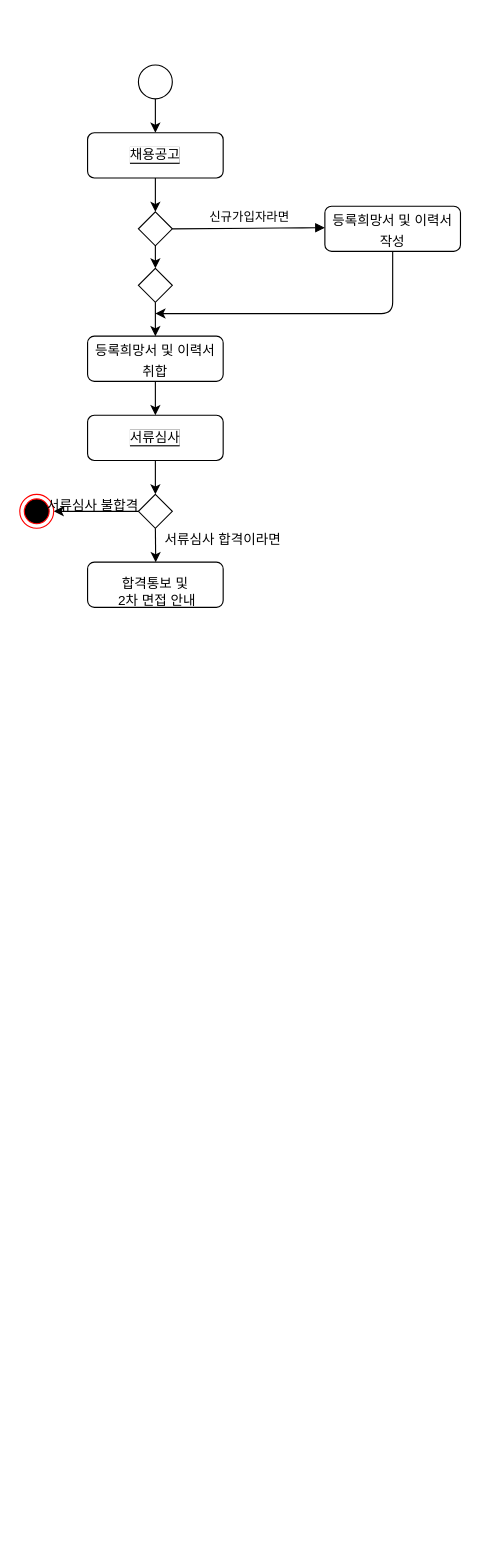
This is page "uml체험" (2 of 3) of 제목 없는 다이어그램.drawio from ys-choi1203/tttTest, a draw.io file, before an edit. Source tidied: cells renumbered, new cells numbered last; positions are measured from the earlier drawing's top-left corner, leaving out a move shared by most shapes. Both pictures are drawn from the tidied source at 113%, with x=0, y=0 at pixel (19, 64).
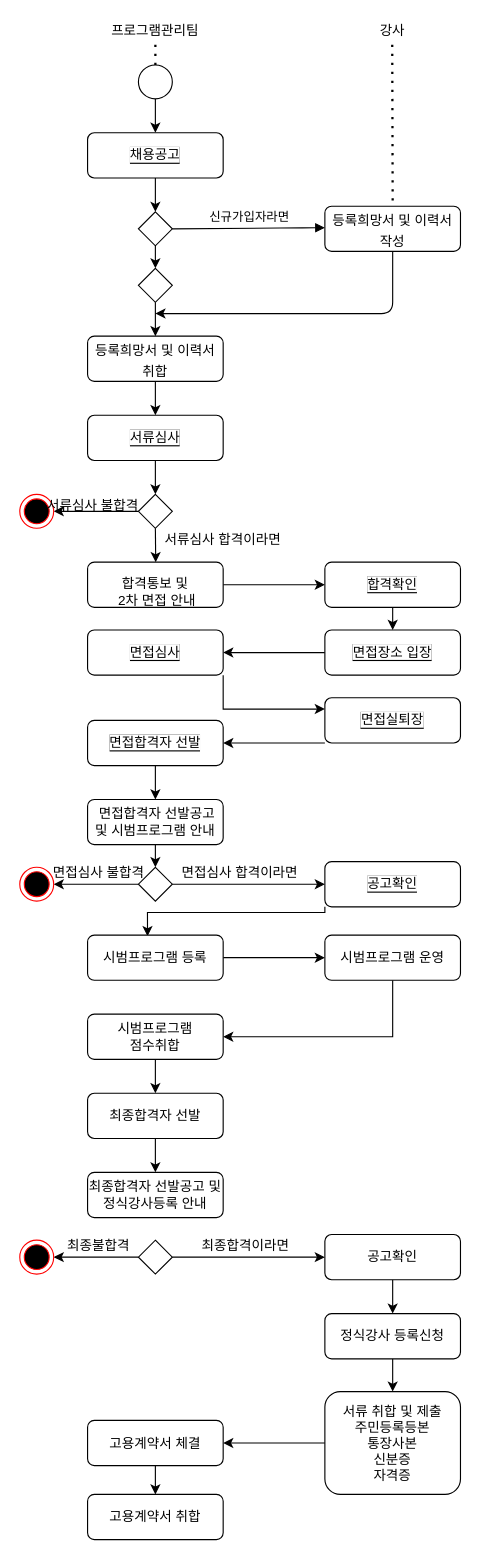
Above is the later version.

The change refers to these unchanged cells:
```xml
<mxCell id="3" style="ellipse;whiteSpace=wrap;html=1;rounded=0;labelBackgroundColor=#000000;sketch=0;" parent="1" vertex="1">
  <mxGeometry x="105" width="30" height="30" as="geometry" />
</mxCell>
<mxCell id="21" value="&lt;p style=&quot;font-size: 12px ; line-height: 0%&quot;&gt;&lt;/p&gt;&lt;span style=&quot;font-size: 12px&quot;&gt;합격통보 및&lt;br&gt;&amp;nbsp;2차 면접 안내&lt;br style=&quot;font-size: 12px&quot;&gt;&lt;/span&gt;" style="rounded=1;whiteSpace=wrap;html=1;labelBackgroundColor=none;sketch=0;fontSize=12;spacing=2;" parent="1" vertex="1">
  <mxGeometry x="60" y="440" width="120" height="40" as="geometry" />
</mxCell>
```

Diff of the diagram source:
```diff
@@
+    <mxCell id="24" style="edgeStyle=orthogonalEdgeStyle;rounded=0;jettySize=auto;html=1;exitX=1;exitY=0.5;exitDx=0;exitDy=0;entryX=0;entryY=0.5;entryDx=0;entryDy=0;" parent="1" edge="1" source="21" target="26">
+      <mxGeometry relative="1" as="geometry" />
+    </mxCell>
@@
+    <mxCell id="25" style="edgeStyle=orthogonalEdgeStyle;rounded=0;jettySize=auto;html=1;exitX=0.5;exitY=1;exitDx=0;exitDy=0;entryX=0.5;entryY=0;entryDx=0;entryDy=0;" parent="1" edge="1" source="26" target="28">
+      <mxGeometry relative="1" as="geometry" />
+    </mxCell>
+    <mxCell id="26" value="&lt;span style=&quot;background-color: rgb(255 , 255 , 255)&quot;&gt;합격확인&lt;/span&gt;" style="rounded=1;whiteSpace=wrap;html=1;labelBackgroundColor=#000000;sketch=0;" parent="1" vertex="1">
+      <mxGeometry x="270" y="440" width="120" height="40" as="geometry" />
+    </mxCell>
+    <mxCell id="27" style="edgeStyle=orthogonalEdgeStyle;rounded=0;jettySize=auto;html=1;exitX=0;exitY=0.5;exitDx=0;exitDy=0;entryX=1;entryY=0.5;entryDx=0;entryDy=0;" parent="1" edge="1" source="28" target="30">
+      <mxGeometry relative="1" as="geometry" />
+    </mxCell>
+    <mxCell id="28" value="&lt;span style=&quot;background-color: rgb(255 , 255 , 255)&quot;&gt;면접장소 입장&lt;/span&gt;" style="rounded=1;whiteSpace=wrap;html=1;labelBackgroundColor=#000000;sketch=0;" parent="1" vertex="1">
+      <mxGeometry x="270" y="500" width="120" height="40" as="geometry" />
+    </mxCell>
+    <mxCell id="29" style="edgeStyle=orthogonalEdgeStyle;rounded=0;jettySize=auto;html=1;exitX=1;exitY=1;exitDx=0;exitDy=0;entryX=0;entryY=0.25;entryDx=0;entryDy=0;" parent="1" edge="1" source="30" target="32">
+      <mxGeometry relative="1" as="geometry" />
+    </mxCell>
+    <mxCell id="30" value="&lt;span style=&quot;background-color: rgb(255 , 255 , 255)&quot;&gt;면접심사&lt;/span&gt;" style="rounded=1;whiteSpace=wrap;html=1;labelBackgroundColor=#000000;sketch=0;" parent="1" vertex="1">
+      <mxGeometry x="60" y="500" width="120" height="40" as="geometry" />
+    </mxCell>
+    <mxCell id="31" style="edgeStyle=orthogonalEdgeStyle;rounded=0;jettySize=auto;html=1;exitX=0;exitY=1;exitDx=0;exitDy=0;entryX=1;entryY=0.5;entryDx=0;entryDy=0;" parent="1" edge="1" source="32" target="34">
+      <mxGeometry relative="1" as="geometry">
+        <Array as="points">
+          <mxPoint x="240" y="600" />
+          <mxPoint x="240" y="600" />
+        </Array>
+      </mxGeometry>
+    </mxCell>
+    <mxCell id="32" value="&lt;span style=&quot;background-color: rgb(255 , 255 , 255)&quot;&gt;면접실퇴장&lt;/span&gt;" style="rounded=1;whiteSpace=wrap;html=1;labelBackgroundColor=#000000;sketch=0;" parent="1" vertex="1">
+      <mxGeometry x="270" y="560" width="120" height="40" as="geometry" />
+    </mxCell>
+    <mxCell id="33" style="edgeStyle=orthogonalEdgeStyle;rounded=0;jettySize=auto;html=1;exitX=0.5;exitY=1;exitDx=0;exitDy=0;entryX=0.5;entryY=0;entryDx=0;entryDy=0;" parent="1" edge="1" source="34" target="38">
+      <mxGeometry relative="1" as="geometry" />
+    </mxCell>
+    <mxCell id="34" value="&lt;span style=&quot;background-color: rgb(255 , 255 , 255)&quot;&gt;면접합격자 선발&lt;/span&gt;" style="rounded=1;whiteSpace=wrap;html=1;labelBackgroundColor=#000000;sketch=0;" parent="1" vertex="1">
+      <mxGeometry x="60" y="580" width="120" height="40" as="geometry" />
+    </mxCell>
+    <mxCell id="35" style="edgeStyle=orthogonalEdgeStyle;rounded=0;jettySize=auto;html=1;exitX=0;exitY=1;exitDx=0;exitDy=0;entryX=0.442;entryY=0.025;entryDx=0;entryDy=0;entryPerimeter=0;" parent="1" edge="1" source="36" target="40">
+      <mxGeometry relative="1" as="geometry">
+        <Array as="points">
+          <mxPoint x="270" y="750" />
+          <mxPoint x="113" y="750" />
+        </Array>
+      </mxGeometry>
+    </mxCell>
+    <mxCell id="36" value="&lt;span style=&quot;background-color: rgb(255 , 255 , 255)&quot;&gt;공고확인&lt;/span&gt;" style="rounded=1;whiteSpace=wrap;html=1;labelBackgroundColor=#000000;sketch=0;" parent="1" vertex="1">
+      <mxGeometry x="270" y="705" width="120" height="40" as="geometry" />
+    </mxCell>
+    <mxCell id="37" style="edgeStyle=orthogonalEdgeStyle;rounded=0;jettySize=auto;html=1;exitX=0.5;exitY=1;exitDx=0;exitDy=0;entryX=0.5;entryY=0;entryDx=0;entryDy=0;" parent="1" edge="1" source="38" target="59">
+      <mxGeometry relative="1" as="geometry" />
+    </mxCell>
+    <mxCell id="38" value="&amp;nbsp;면접합격자 선발공고 및 시범프로그램 안내" style="rounded=1;whiteSpace=wrap;html=1;" parent="1" vertex="1">
+      <mxGeometry x="60" y="650" width="120" height="40" as="geometry" />
+    </mxCell>
+    <mxCell id="39" style="edgeStyle=orthogonalEdgeStyle;rounded=0;jettySize=auto;html=1;entryX=0;entryY=0.5;entryDx=0;entryDy=0;" parent="1" edge="1" source="40" target="42">
+      <mxGeometry relative="1" as="geometry" />
+    </mxCell>
+    <mxCell id="40" value="&lt;font style=&quot;font-size: 12px&quot;&gt;시범프로그램 등록&lt;/font&gt;" style="rounded=1;whiteSpace=wrap;html=1;" parent="1" vertex="1">
+      <mxGeometry x="60" y="770" width="120" height="40" as="geometry" />
+    </mxCell>
+    <mxCell id="41" style="edgeStyle=orthogonalEdgeStyle;rounded=0;jettySize=auto;html=1;exitX=0.5;exitY=1;exitDx=0;exitDy=0;entryX=1;entryY=0.5;entryDx=0;entryDy=0;" parent="1" edge="1" source="42" target="44">
+      <mxGeometry relative="1" as="geometry" />
+    </mxCell>
+    <mxCell id="42" value="&lt;font style=&quot;font-size: 12px&quot;&gt;시범프로그램 운영&lt;/font&gt;" style="rounded=1;whiteSpace=wrap;html=1;" parent="1" vertex="1">
+      <mxGeometry x="270" y="770" width="120" height="40" as="geometry" />
+    </mxCell>
+    <mxCell id="43" style="edgeStyle=orthogonalEdgeStyle;rounded=0;jettySize=auto;html=1;exitX=0.5;exitY=1;exitDx=0;exitDy=0;entryX=0.5;entryY=0;entryDx=0;entryDy=0;" parent="1" edge="1" source="44" target="46">
+      <mxGeometry relative="1" as="geometry" />
+    </mxCell>
+    <mxCell id="44" value="&lt;font style=&quot;font-size: 12px&quot;&gt;시범프로그램 &lt;br&gt;점수취합&lt;/font&gt;" style="rounded=1;whiteSpace=wrap;html=1;" parent="1" vertex="1">
+      <mxGeometry x="60" y="840" width="120" height="40" as="geometry" />
+    </mxCell>
+    <mxCell id="45" style="edgeStyle=orthogonalEdgeStyle;rounded=0;jettySize=auto;html=1;exitX=0.5;exitY=1;exitDx=0;exitDy=0;" parent="1" edge="1" source="46" target="47">
+      <mxGeometry relative="1" as="geometry" />
+    </mxCell>
+    <mxCell id="46" value="최종합격자 선발" style="rounded=1;whiteSpace=wrap;html=1;" parent="1" vertex="1">
+      <mxGeometry x="60" y="910" width="120" height="40" as="geometry" />
+    </mxCell>
+    <mxCell id="47" value="최종합격자 선발공고 및 정식강사등록 안내" style="rounded=1;whiteSpace=wrap;html=1;" parent="1" vertex="1">
+      <mxGeometry x="60" y="980" width="120" height="40" as="geometry" />
+    </mxCell>
+    <mxCell id="48" style="edgeStyle=orthogonalEdgeStyle;rounded=0;jettySize=auto;html=1;exitX=0.5;exitY=1;exitDx=0;exitDy=0;entryX=0.5;entryY=0;entryDx=0;entryDy=0;" parent="1" edge="1" target="51">
+      <mxGeometry relative="1" as="geometry">
+        <mxPoint x="330" y="1075" as="sourcePoint" />
+      </mxGeometry>
+    </mxCell>
+    <mxCell id="49" value="공고확인" style="rounded=1;whiteSpace=wrap;html=1;" parent="1" vertex="1">
+      <mxGeometry x="270" y="1035" width="120" height="40" as="geometry" />
+    </mxCell>
+    <mxCell id="50" style="edgeStyle=orthogonalEdgeStyle;rounded=0;jettySize=auto;html=1;exitX=0.5;exitY=1;exitDx=0;exitDy=0;entryX=0.5;entryY=0;entryDx=0;entryDy=0;" parent="1" edge="1" source="51" target="53">
+      <mxGeometry relative="1" as="geometry" />
+    </mxCell>
+    <mxCell id="51" value="정식강사 등록신청" style="rounded=1;whiteSpace=wrap;html=1;" parent="1" vertex="1">
+      <mxGeometry x="270" y="1105" width="120" height="40" as="geometry" />
+    </mxCell>
+    <mxCell id="52" style="edgeStyle=orthogonalEdgeStyle;rounded=0;jettySize=auto;html=1;entryX=1;entryY=0.5;entryDx=0;entryDy=0;" parent="1" edge="1" source="53" target="55">
+      <mxGeometry relative="1" as="geometry" />
+    </mxCell>
+    <mxCell id="53" value="서류 취합 및 제출&lt;br&gt;주민등록등본&lt;br&gt;통장사본&lt;br&gt;신분증&lt;br&gt;자격증" style="rounded=1;whiteSpace=wrap;html=1;" parent="1" vertex="1">
+      <mxGeometry x="270" y="1174" width="120" height="91" as="geometry" />
+    </mxCell>
+    <mxCell id="54" style="edgeStyle=orthogonalEdgeStyle;rounded=0;jettySize=auto;html=1;exitX=0.5;exitY=1;exitDx=0;exitDy=0;" parent="1" edge="1" source="55" target="56">
+      <mxGeometry relative="1" as="geometry" />
+    </mxCell>
+    <mxCell id="55" value="고용계약서 체결" style="rounded=1;whiteSpace=wrap;html=1;" parent="1" vertex="1">
+      <mxGeometry x="60" y="1199.5" width="120" height="40" as="geometry" />
+    </mxCell>
+    <mxCell id="56" value="고용계약서 취합" style="rounded=1;whiteSpace=wrap;html=1;" parent="1" vertex="1">
+      <mxGeometry x="60" y="1265" width="120" height="40" as="geometry" />
+    </mxCell>
+    <mxCell id="57" style="edgeStyle=orthogonalEdgeStyle;rounded=0;jettySize=auto;html=1;" parent="1" edge="1" source="59" target="36">
+      <mxGeometry relative="1" as="geometry" />
+    </mxCell>
+    <mxCell id="58" style="edgeStyle=orthogonalEdgeStyle;rounded=0;jettySize=auto;html=1;exitX=0;exitY=0.5;exitDx=0;exitDy=0;entryX=1;entryY=0.5;entryDx=0;entryDy=0;" parent="1" edge="1" source="59" target="62">
+      <mxGeometry relative="1" as="geometry" />
+    </mxCell>
+    <mxCell id="59" style="rhombus;whiteSpace=wrap;html=1;rounded=0;labelBackgroundColor=#000000;sketch=0;" parent="1" vertex="1">
+      <mxGeometry x="105" y="710" width="30" height="30" as="geometry" />
+    </mxCell>
+    <mxCell id="60" value="&lt;font color=&quot;#000000&quot;&gt;면접심사 합격이라면&lt;/font&gt;" style="text;html=1;strokeColor=none;fillColor=none;align=center;verticalAlign=middle;whiteSpace=wrap;rounded=0;labelBackgroundColor=none;sketch=0;fontSize=12;fontColor=#FFFFFF;" parent="1" vertex="1">
+      <mxGeometry x="135" y="705" width="120" height="20" as="geometry" />
+    </mxCell>
+    <mxCell id="61" value="&lt;font color=&quot;#000000&quot;&gt;면접심사 불합격&lt;/font&gt;" style="text;html=1;strokeColor=none;fillColor=none;align=center;verticalAlign=middle;whiteSpace=wrap;rounded=0;labelBackgroundColor=none;sketch=0;fontSize=12;fontColor=#FFFFFF;" parent="1" vertex="1">
+      <mxGeometry x="20" y="705" width="100" height="20" as="geometry" />
+    </mxCell>
+    <mxCell id="62" style="ellipse;html=1;shape=endState;fillColor=#000000;strokeColor=#ff0000;rounded=0;labelBackgroundColor=none;sketch=0;fontSize=12;fontColor=#FFFFFF;" parent="1" vertex="1">
+      <mxGeometry y="710" width="30" height="30" as="geometry" />
+    </mxCell>
+    <mxCell id="63" style="edgeStyle=orthogonalEdgeStyle;rounded=0;jettySize=auto;html=1;exitX=1;exitY=0.5;exitDx=0;exitDy=0;entryX=0;entryY=0.5;entryDx=0;entryDy=0;" parent="1" edge="1" source="65" target="49">
+      <mxGeometry relative="1" as="geometry" />
+    </mxCell>
+    <mxCell id="64" style="edgeStyle=orthogonalEdgeStyle;rounded=0;jettySize=auto;html=1;exitX=0;exitY=0.5;exitDx=0;exitDy=0;" parent="1" edge="1" source="65" target="67">
+      <mxGeometry relative="1" as="geometry" />
+    </mxCell>
+    <mxCell id="65" style="rhombus;whiteSpace=wrap;html=1;rounded=0;labelBackgroundColor=#000000;sketch=0;" parent="1" vertex="1">
+      <mxGeometry x="105" y="1040" width="30" height="30" as="geometry" />
+    </mxCell>
+    <mxCell id="66" value="&lt;font color=&quot;#000000&quot;&gt;최종합격이라면&lt;/font&gt;" style="text;html=1;strokeColor=none;fillColor=none;align=center;verticalAlign=middle;whiteSpace=wrap;rounded=0;labelBackgroundColor=none;sketch=0;fontSize=12;fontColor=#FFFFFF;" parent="1" vertex="1">
+      <mxGeometry x="140" y="1035" width="120" height="20" as="geometry" />
+    </mxCell>
+    <mxCell id="67" style="ellipse;html=1;shape=endState;fillColor=#000000;strokeColor=#ff0000;rounded=0;labelBackgroundColor=none;sketch=0;fontSize=12;fontColor=#FFFFFF;" parent="1" vertex="1">
+      <mxGeometry y="1040" width="30" height="30" as="geometry" />
+    </mxCell>
+    <mxCell id="68" value="&lt;font color=&quot;#000000&quot;&gt;최종불합격&lt;/font&gt;" style="text;html=1;strokeColor=none;fillColor=none;align=center;verticalAlign=middle;whiteSpace=wrap;rounded=0;labelBackgroundColor=none;sketch=0;fontSize=12;fontColor=#FFFFFF;" parent="1" vertex="1">
+      <mxGeometry x="20" y="1035" width="100" height="20" as="geometry" />
+    </mxCell>
+    <mxCell id="69" value="프로그램관리팀" style="text;html=1;strokeColor=none;fillColor=none;align=center;verticalAlign=middle;whiteSpace=wrap;rounded=0;" parent="1" vertex="1">
+      <mxGeometry x="70" y="-40" width="100" height="20" as="geometry" />
+    </mxCell>
+    <mxCell id="70" style="endArrow=none;dashed=1;html=1;dashPattern=1 3;strokeWidth=2;exitX=0.5;exitY=0;exitDx=0;exitDy=0;" parent="1" edge="1" source="3">
+      <mxGeometry relative="1" as="geometry">
+        <mxPoint x="120" y="-20" as="targetPoint" />
+      </mxGeometry>
+    </mxCell>
+    <mxCell id="71" value="강사" style="text;html=1;strokeColor=none;fillColor=none;align=center;verticalAlign=middle;whiteSpace=wrap;rounded=0;" parent="1" vertex="1">
+      <mxGeometry x="280" y="-40" width="100" height="20" as="geometry" />
+    </mxCell>
+    <mxCell id="72" style="endArrow=none;dashed=1;html=1;dashPattern=1 3;strokeWidth=2;" parent="1" edge="1">
+      <mxGeometry relative="1" as="geometry">
+        <mxPoint x="330" y="120" as="sourcePoint" />
+        <mxPoint x="329.6" y="-20" as="targetPoint" />
+      </mxGeometry>
+    </mxCell>
```
